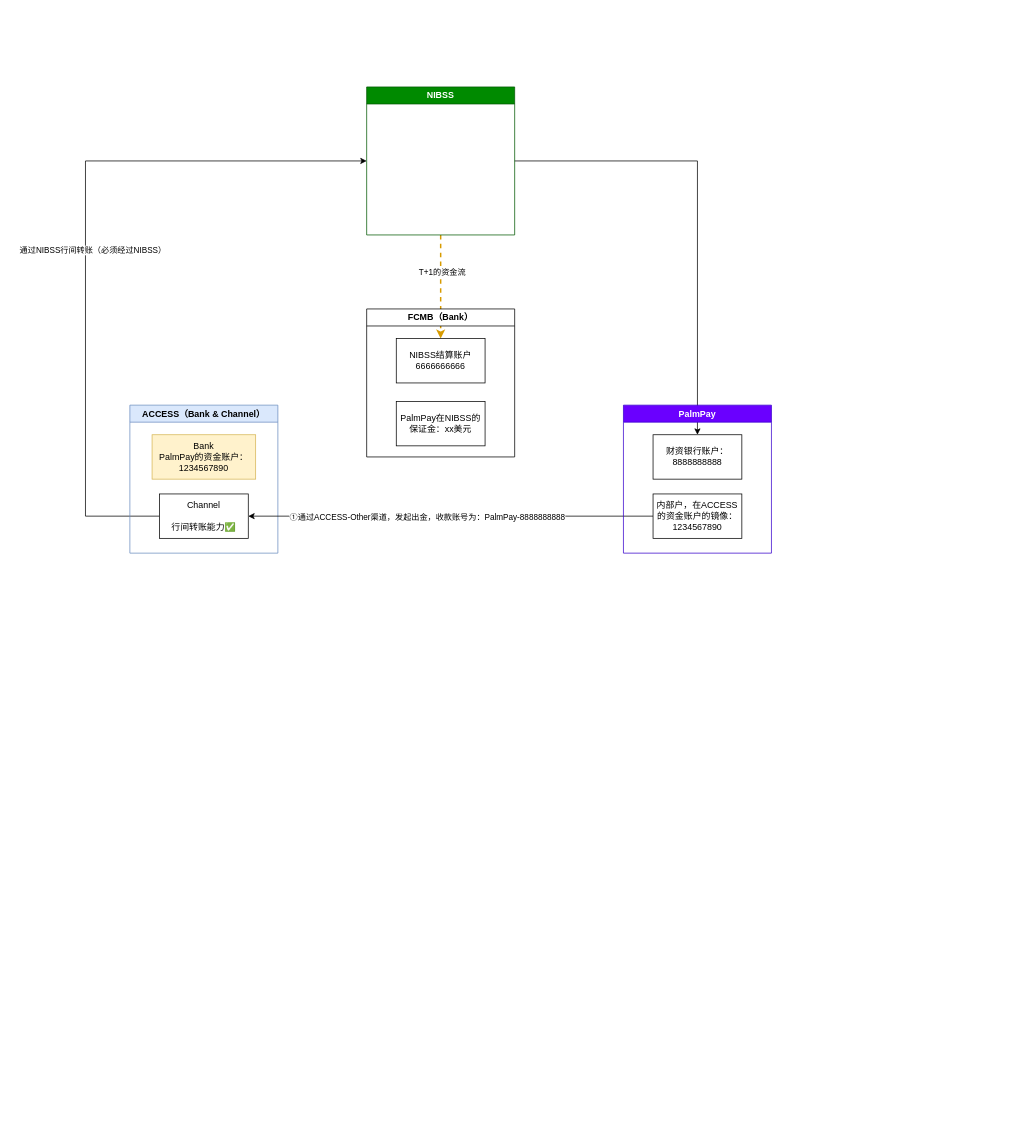
catface996/images keeps this draw.io diagram as 渠道流动性的资金调拨方案.drawio. Above is the earlier version. Source tidied: cells renumbered, new cells numbered last; positions are measured from the earlier drawing's top-left corner, leaving out a move shared by most shapes. Both pictures are drawn from the tidied source at 74%, with x=0, y=0 at pixel (85, 87).
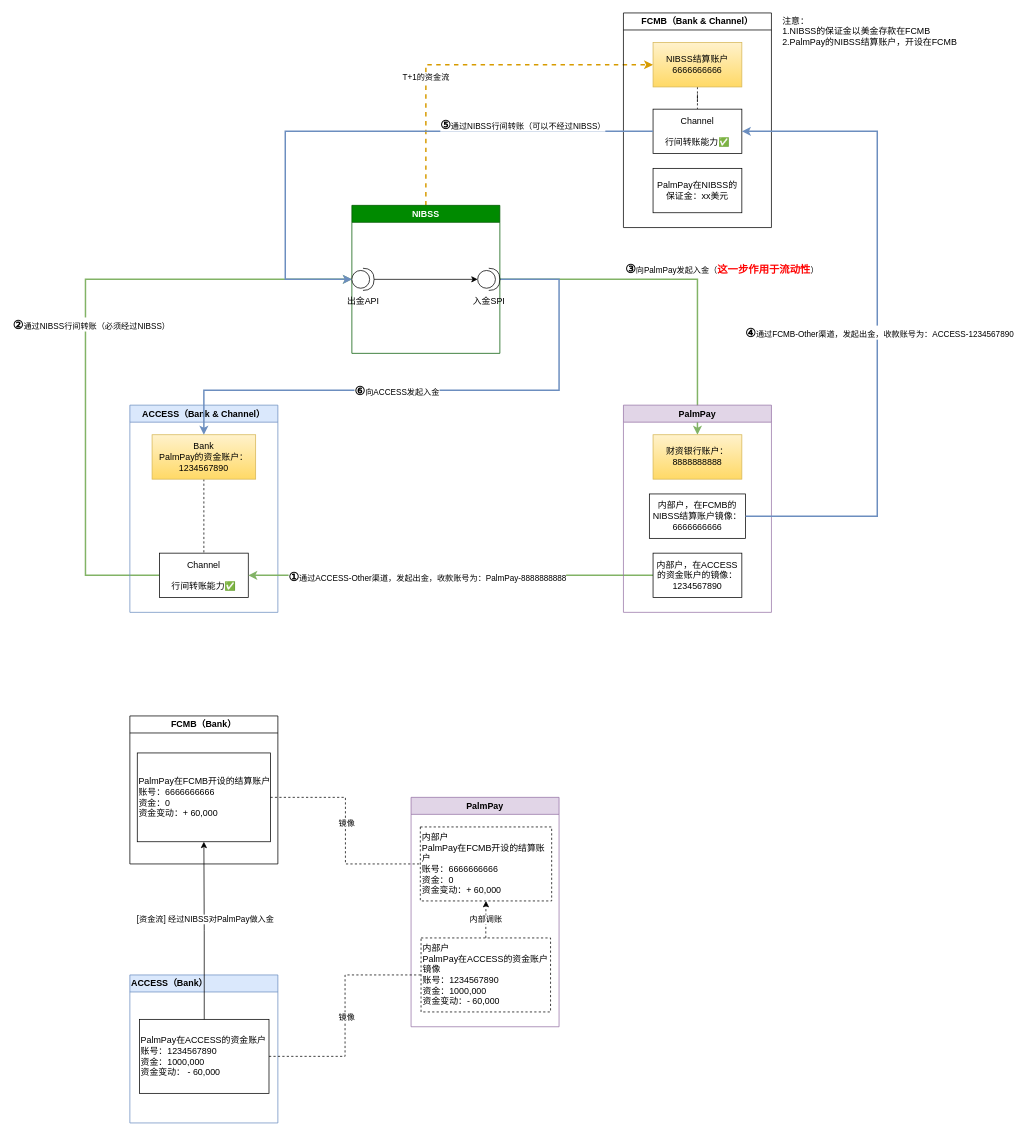
After the change.

Commit message (it also covers changes not shown here):
Update 渠道流动性的资金调拨方案.drawio

Diff of the diagram source:
```diff
@@
-    <mxCell id="2" style="edgeStyle=orthogonalEdgeStyle;rounded=0;jettySize=auto;html=1;entryX=0;entryY=0.5;entryDx=0;entryDy=0;exitX=0;exitY=0.5;exitDx=0;exitDy=0;" parent="1" edge="1" source="6" target="10">
+    <mxCell id="2" style="edgeStyle=orthogonalEdgeStyle;rounded=0;jettySize=auto;html=1;entryX=0;entryY=0.5;entryDx=0;entryDy=0;exitX=0;exitY=0.5;exitDx=0;exitDy=0;fillColor=#d5e8d4;gradientColor=#97d077;strokeColor=#82b366;strokeWidth=2;" parent="1" edge="1" source="6" target="10">
       <mxGeometry relative="1" as="geometry">
         <Array as="points">
-          <mxPoint y="580" />
-          <mxPoint y="100" />
+          <mxPoint y="660" />
+          <mxPoint y="260" />
         </Array>
       </mxGeometry>
     </mxCell>
-    <mxCell id="3" value="通过NIBSS行间转账（必须经过NIBSS）" style="edgeLabel;html=1;align=center;verticalAlign=middle;" parent="2" vertex="1">
+    <mxCell id="3" value="&lt;font style=&quot;font-size: 16px;&quot;&gt;&lt;b&gt;②&lt;/b&gt;&lt;/font&gt;通过NIBSS行间转账（必须经过NIBSS）" style="edgeLabel;html=1;align=center;verticalAlign=middle;" parent="2" vertex="1">
       <mxGeometry x="0.4" y="1" relative="1" as="geometry">
-        <mxPoint x="-83" y="121" as="offset" />
+        <mxPoint x="-95" y="61" as="offset" />
       </mxGeometry>
     </mxCell>
     <mxCell id="4" value="ACCESS（Bank &amp;amp; Channel）" style="swimlane;whiteSpace=wrap;html=1;fillColor=#dae8fc;strokeColor=#6c8ebf;" parent="1" vertex="1">
-      <mxGeometry x="60" y="430" width="200" height="200" as="geometry" />
+      <mxGeometry x="60" y="430" width="200" height="280" as="geometry" />
     </mxCell>
+    <mxCell id="19" style="edgeStyle=orthogonalEdgeStyle;rounded=0;jettySize=auto;html=1;entryX=0.5;entryY=0;entryDx=0;entryDy=0;dashed=1;endArrow=none;endFill=0;" parent="4" edge="1" source="5" target="6">
+      <mxGeometry relative="1" as="geometry" />
+    </mxCell>
-    <mxCell id="5" value="Bank&lt;div&gt;PalmPay的资金账户：&lt;/div&gt;&lt;div&gt;1234567890&lt;/div&gt;" style="rounded=0;whiteSpace=wrap;html=1;fillColor=#fff2cc;strokeColor=#d6b656;" parent="4" vertex="1">
+    <mxCell id="5" value="Bank&lt;div&gt;PalmPay的资金账户：&lt;/div&gt;&lt;div&gt;1234567890&lt;/div&gt;" style="rounded=0;whiteSpace=wrap;html=1;fillColor=#fff2cc;strokeColor=#d6b656;gradientColor=#ffd966;" parent="4" vertex="1">
       <mxGeometry x="30" y="40" width="140" height="60" as="geometry" />
     </mxCell>
     <mxCell id="6" value="Channel&lt;div&gt;&lt;br&gt;&lt;div&gt;行间转账能力✅&lt;/div&gt;&lt;/div&gt;" style="rounded=0;whiteSpace=wrap;html=1;" parent="4" vertex="1">
-      <mxGeometry x="40" y="120" width="120" height="60" as="geometry" />
+      <mxGeometry x="40" y="200" width="120" height="60" as="geometry" />
     </mxCell>
-    <mxCell id="7" style="edgeStyle=orthogonalEdgeStyle;rounded=0;jettySize=auto;html=1;entryX=0.5;entryY=0;entryDx=0;entryDy=0;" parent="1" edge="1" source="10" target="14">
+    <mxCell id="7" style="edgeStyle=orthogonalEdgeStyle;rounded=0;jettySize=auto;html=1;entryX=0.5;entryY=0;entryDx=0;entryDy=0;fillColor=#d5e8d4;gradientColor=#97d077;strokeColor=#82b366;strokeWidth=2;" parent="1" edge="1" source="10" target="14">
       <mxGeometry relative="1" as="geometry" />
     </mxCell>
+    <mxCell id="20" value="&lt;font style=&quot;font-size: 16px;&quot;&gt;&lt;b&gt;③&lt;/b&gt;&lt;/font&gt;向PalmPay发起入金（&lt;font size=&quot;1&quot; color=&quot;#ff0000&quot;&gt;&lt;b style=&quot;font-size: 14px;&quot;&gt;这一步作用于流动性&lt;/b&gt;&lt;/font&gt;）" style="edgeLabel;html=1;align=center;verticalAlign=middle;" parent="7" vertex="1">
+      <mxGeometry x="-0.34" y="1" relative="1" as="geometry">
+        <mxPoint x="142" y="-14" as="offset" />
+      </mxGeometry>
+    </mxCell>
-    <mxCell id="8" style="edgeStyle=orthogonalEdgeStyle;rounded=0;jettySize=auto;html=1;entryX=0.5;entryY=0;entryDx=0;entryDy=0;dashed=1;strokeWidth=2;fillColor=#ffcd28;gradientColor=#ffa500;strokeColor=#d79b00;" parent="1" edge="1" source="10" target="18">
-      <mxGeometry relative="1" as="geometry" />
+    <mxCell id="8" style="edgeStyle=orthogonalEdgeStyle;rounded=0;jettySize=auto;html=1;entryX=0;entryY=0.5;entryDx=0;entryDy=0;dashed=1;strokeWidth=2;fillColor=#ffcd28;gradientColor=#ffa500;strokeColor=#d79b00;exitX=0.5;exitY=0;exitDx=0;exitDy=0;" parent="1" edge="1" source="10" target="18">
+      <mxGeometry relative="1" as="geometry">
+        <Array as="points">
+          <mxPoint x="460" y="-30" />
+        </Array>
+      </mxGeometry>
     </mxCell>
@@
+    <mxCell id="21" style="edgeStyle=orthogonalEdgeStyle;rounded=0;jettySize=auto;html=1;entryX=0.5;entryY=0;entryDx=0;entryDy=0;exitX=1;exitY=0.5;exitDx=0;exitDy=0;fillColor=#dae8fc;gradientColor=#7ea6e0;strokeColor=#6c8ebf;strokeWidth=2;" parent="1" edge="1" source="10" target="5">
+      <mxGeometry relative="1" as="geometry">
+        <Array as="points">
+          <mxPoint x="640" y="260" />
+          <mxPoint x="640" y="410" />
+          <mxPoint x="160" y="410" />
+        </Array>
+      </mxGeometry>
+    </mxCell>
+    <mxCell id="22" value="&lt;b&gt;&lt;font style=&quot;font-size: 16px;&quot;&gt;⑥&lt;/font&gt;&lt;/b&gt;向ACCESS发起入金" style="edgeLabel;html=1;align=center;verticalAlign=middle;" parent="21" vertex="1">
+      <mxGeometry x="0.17" relative="1" as="geometry" />
+    </mxCell>
     <mxCell id="10" value="NIBSS" style="swimlane;whiteSpace=wrap;html=1;fillColor=#008a00;fontColor=#ffffff;strokeColor=#005700;" parent="1" vertex="1">
-      <mxGeometry x="380" width="200" height="200" as="geometry" />
+      <mxGeometry x="360" y="160" width="200" height="200" as="geometry" />
     </mxCell>
+    <mxCell id="23" value="出金API" style="shape=providedRequiredInterface;html=1;verticalLabelPosition=bottom;sketch=0;" parent="10" vertex="1">
+      <mxGeometry y="85" width="30" height="30" as="geometry" />
+    </mxCell>
+    <mxCell id="24" value="入金SPI" style="shape=providedRequiredInterface;html=1;verticalLabelPosition=bottom;sketch=0;" parent="10" vertex="1">
+      <mxGeometry x="170" y="85" width="30" height="30" as="geometry" />
+    </mxCell>
+    <mxCell id="25" style="edgeStyle=orthogonalEdgeStyle;rounded=0;jettySize=auto;html=1;entryX=0;entryY=0.5;entryDx=0;entryDy=0;entryPerimeter=0;" parent="10" edge="1" source="23" target="24">
+      <mxGeometry relative="1" as="geometry" />
+    </mxCell>
-    <mxCell id="11" style="edgeStyle=orthogonalEdgeStyle;rounded=0;jettySize=auto;html=1;entryX=1;entryY=0.5;entryDx=0;entryDy=0;exitX=0;exitY=0.5;exitDx=0;exitDy=0;" parent="1" edge="1" source="15" target="6">
+    <mxCell id="11" style="edgeStyle=orthogonalEdgeStyle;rounded=0;jettySize=auto;html=1;entryX=1;entryY=0.5;entryDx=0;entryDy=0;exitX=0;exitY=0.5;exitDx=0;exitDy=0;fillColor=#d5e8d4;gradientColor=#97d077;strokeColor=#82b366;strokeWidth=2;" parent="1" edge="1" source="15" target="6">
       <mxGeometry relative="1" as="geometry" />
     </mxCell>
-    <mxCell id="12" value="①通过ACCESS-Other渠道，发起出金，收款账号为：PalmPay-8888888888" style="edgeLabel;html=1;align=center;verticalAlign=middle;" parent="11" vertex="1">
+    <mxCell id="12" value="&lt;b&gt;&lt;font style=&quot;font-size: 16px;&quot;&gt;①&lt;/font&gt;&lt;/b&gt;通过ACCESS-Other渠道，发起出金，收款账号为：PalmPay-8888888888" style="edgeLabel;html=1;align=center;verticalAlign=middle;" parent="11" vertex="1">
       <mxGeometry x="0.12" y="1" relative="1" as="geometry" />
     </mxCell>
-    <mxCell id="13" value="PalmPay" style="swimlane;whiteSpace=wrap;html=1;fillColor=#6a00ff;strokeColor=#3700CC;fontColor=#ffffff;" parent="1" vertex="1">
-      <mxGeometry x="727" y="430" width="200" height="200" as="geometry" />
+    <mxCell id="13" value="PalmPay" style="swimlane;whiteSpace=wrap;html=1;fillColor=#e1d5e7;strokeColor=#9673a6;" parent="1" vertex="1">
+      <mxGeometry x="727" y="430" width="200" height="280" as="geometry" />
     </mxCell>
-    <mxCell id="14" value="财资银行账户：8888888888" style="rounded=0;whiteSpace=wrap;html=1;" parent="13" vertex="1">
+    <mxCell id="14" value="财资银行账户：8888888888" style="rounded=0;whiteSpace=wrap;html=1;fillColor=#fff2cc;gradientColor=#ffd966;strokeColor=#d6b656;" parent="13" vertex="1">
       <mxGeometry x="40" y="40" width="120" height="60" as="geometry" />
     </mxCell>
     <mxCell id="15" value="内部户，在ACCESS的资金账户的镜像：&lt;div&gt;1234567890&lt;/div&gt;" style="rounded=0;whiteSpace=wrap;html=1;" parent="13" vertex="1">
-      <mxGeometry x="40" y="120" width="120" height="60" as="geometry" />
+      <mxGeometry x="40" y="200" width="120" height="60" as="geometry" />
     </mxCell>
+    <mxCell id="26" value="内部户，在FCMB的NIBSS结算账户镜像：&lt;div&gt;6666666666&lt;/div&gt;" style="rounded=0;whiteSpace=wrap;html=1;" parent="13" vertex="1">
+      <mxGeometry x="35" y="120" width="130" height="60" as="geometry" />
+    </mxCell>
-    <mxCell id="16" value="FCMB（Bank）" style="swimlane;whiteSpace=wrap;html=1;" parent="1" vertex="1">
-      <mxGeometry x="380" y="300" width="200" height="200" as="geometry" />
+    <mxCell id="16" value="FCMB（Bank &amp;amp; Channel）" style="swimlane;whiteSpace=wrap;html=1;" parent="1" vertex="1">
+      <mxGeometry x="727" y="-100" width="200" height="290" as="geometry" />
     </mxCell>
     <mxCell id="17" value="&lt;div&gt;PalmPay在NIBSS的保证金：xx美元&lt;/div&gt;" style="rounded=0;whiteSpace=wrap;html=1;" parent="16" vertex="1">
-      <mxGeometry x="40" y="125" width="120" height="60" as="geometry" />
+      <mxGeometry x="40" y="210" width="120" height="60" as="geometry" />
     </mxCell>
+    <mxCell id="27" style="edgeStyle=orthogonalEdgeStyle;rounded=0;jettySize=auto;html=1;entryX=0.5;entryY=0;entryDx=0;entryDy=0;dashed=1;endArrow=none;endFill=0;" parent="16" edge="1" source="18" target="28">
+      <mxGeometry relative="1" as="geometry" />
+    </mxCell>
-    <mxCell id="18" value="NIBSS结算账户&lt;div&gt;6666666666&lt;/div&gt;" style="rounded=0;whiteSpace=wrap;html=1;" parent="16" vertex="1">
+    <mxCell id="18" value="NIBSS结算账户&lt;div&gt;6666666666&lt;/div&gt;" style="rounded=0;whiteSpace=wrap;html=1;fillColor=#fff2cc;gradientColor=#ffd966;strokeColor=#d6b656;" parent="16" vertex="1">
       <mxGeometry x="40" y="40" width="120" height="60" as="geometry" />
     </mxCell>
+    <mxCell id="28" value="Channel&lt;div&gt;&lt;br&gt;&lt;div&gt;行间转账能力✅&lt;/div&gt;&lt;/div&gt;" style="rounded=0;whiteSpace=wrap;html=1;" parent="16" vertex="1">
+      <mxGeometry x="40" y="130" width="120" height="60" as="geometry" />
+    </mxCell>
+    <mxCell id="29" style="edgeStyle=orthogonalEdgeStyle;rounded=0;jettySize=auto;html=1;entryX=1;entryY=0.5;entryDx=0;entryDy=0;exitX=1;exitY=0.5;exitDx=0;exitDy=0;strokeWidth=2;fillColor=#dae8fc;gradientColor=#7ea6e0;strokeColor=#6c8ebf;" parent="1" edge="1" source="26" target="28">
+      <mxGeometry relative="1" as="geometry">
+        <Array as="points">
+          <mxPoint x="1070" y="580" />
+          <mxPoint x="1070" y="60" />
+        </Array>
+      </mxGeometry>
+    </mxCell>
+    <mxCell id="30" value="&lt;b&gt;&lt;font style=&quot;font-size: 16px;&quot;&gt;④&lt;/font&gt;&lt;/b&gt;通过FCMB-Other渠道，发起出金，收款账号为：ACCESS-1234567890" style="edgeLabel;html=1;align=center;verticalAlign=middle;" parent="29" vertex="1">
+      <mxGeometry x="-0.03" y="-2" relative="1" as="geometry" />
+    </mxCell>
+    <mxCell id="31" style="edgeStyle=orthogonalEdgeStyle;rounded=0;jettySize=auto;html=1;entryX=0;entryY=0.5;entryDx=0;entryDy=0;fillColor=#dae8fc;gradientColor=#7ea6e0;strokeColor=#6c8ebf;strokeWidth=2;exitX=0;exitY=0.5;exitDx=0;exitDy=0;" parent="1" edge="1" source="28" target="10">
+      <mxGeometry relative="1" as="geometry">
+        <Array as="points">
+          <mxPoint x="270" y="60" />
+          <mxPoint x="270" y="260" />
+        </Array>
+      </mxGeometry>
+    </mxCell>
+    <mxCell id="32" value="&lt;b&gt;&lt;font style=&quot;font-size: 16px;&quot;&gt;⑤&lt;/font&gt;&lt;/b&gt;通过NIBSS行间转账（可以不经过NIBSS）" style="edgeLabel;html=1;align=center;verticalAlign=middle;" parent="31" vertex="1">
+      <mxGeometry x="-0.63" y="-1" relative="1" as="geometry">
+        <mxPoint x="-31" y="-9" as="offset" />
+      </mxGeometry>
+    </mxCell>
+    <mxCell id="33" value="注意：&lt;div&gt;1.NIBSS的保证金以美金存款在FCMB&lt;/div&gt;&lt;div&gt;2.PalmPay的NIBSS结算账户，开设在FCMB&lt;/div&gt;" style="text;html=1;align=left;verticalAlign=middle;whiteSpace=wrap;rounded=0;" parent="1" vertex="1">
+      <mxGeometry x="940" y="-100" width="260" height="50" as="geometry" />
+    </mxCell>
+    <mxCell id="34" value="ACCESS（Bank）" style="swimlane;whiteSpace=wrap;html=1;align=left;fillColor=#dae8fc;strokeColor=#6c8ebf;" parent="1" vertex="1">
+      <mxGeometry x="60" y="1200" width="200" height="200" as="geometry" />
+    </mxCell>
+    <mxCell id="35" value="PalmPay在ACCESS的资金账户&lt;div&gt;账号：1234567890&lt;/div&gt;&lt;div&gt;资金：1000,000&lt;/div&gt;&lt;div&gt;资金变动： - 60,000&lt;/div&gt;" style="rounded=0;whiteSpace=wrap;html=1;align=left;" parent="34" vertex="1">
+      <mxGeometry x="13" y="60" width="175" height="100" as="geometry" />
+    </mxCell>
+    <mxCell id="36" value="FCMB（Bank）" style="swimlane;whiteSpace=wrap;html=1;" parent="1" vertex="1">
+      <mxGeometry x="60" y="850" width="200" height="200" as="geometry" />
+    </mxCell>
+    <mxCell id="37" value="PalmPay在FCMB开设的结算账户&lt;div&gt;账号：6666666666&lt;/div&gt;&lt;div&gt;资金：0&lt;/div&gt;&lt;div&gt;资金变动：+ 60,000&lt;/div&gt;" style="rounded=0;whiteSpace=wrap;html=1;align=left;" parent="36" vertex="1">
+      <mxGeometry x="10" y="50" width="180" height="120" as="geometry" />
+    </mxCell>
+    <mxCell id="38" value="PalmPay" style="swimlane;whiteSpace=wrap;html=1;fillColor=#e1d5e7;strokeColor=#9673a6;" parent="1" vertex="1">
+      <mxGeometry x="440" y="960" width="200" height="310" as="geometry" />
+    </mxCell>
+    <mxCell id="39" value="内部户&lt;div&gt;PalmPay在FCMB开设的结算账户&lt;div&gt;账号：6666666666&lt;/div&gt;&lt;div&gt;资金：0&lt;/div&gt;&lt;/div&gt;&lt;div&gt;资金变动：+ 60,000&lt;/div&gt;" style="rounded=0;whiteSpace=wrap;html=1;align=left;dashed=1;" parent="38" vertex="1">
+      <mxGeometry x="12.5" y="40" width="177.5" height="100" as="geometry" />
+    </mxCell>
+    <mxCell id="40" value="内部调账" style="edgeStyle=orthogonalEdgeStyle;rounded=0;jettySize=auto;html=1;entryX=0.5;entryY=1;entryDx=0;entryDy=0;dashed=1;" parent="38" edge="1" source="41" target="39">
+      <mxGeometry relative="1" as="geometry" />
+    </mxCell>
+    <mxCell id="41" value="内部户&lt;div&gt;PalmPay在ACCESS的资金账户镜像&lt;div&gt;账号：1234567890&lt;/div&gt;&lt;div&gt;资金：1000,000&lt;/div&gt;&lt;/div&gt;&lt;div&gt;资金变动：- 60,000&lt;/div&gt;" style="rounded=0;whiteSpace=wrap;html=1;align=left;dashed=1;" parent="38" vertex="1">
+      <mxGeometry x="13.5" y="190" width="175" height="100" as="geometry" />
+    </mxCell>
+    <mxCell id="42" style="edgeStyle=orthogonalEdgeStyle;rounded=0;jettySize=auto;html=1;entryX=0;entryY=0.5;entryDx=0;entryDy=0;endArrow=none;endFill=0;dashed=1;" parent="1" edge="1" source="35" target="41">
+      <mxGeometry relative="1" as="geometry" />
+    </mxCell>
+    <mxCell id="43" value="镜像" style="edgeLabel;html=1;align=center;verticalAlign=middle;" parent="42" vertex="1">
+      <mxGeometry x="-0.01" y="-2" relative="1" as="geometry" />
+    </mxCell>
+    <mxCell id="44" style="edgeStyle=orthogonalEdgeStyle;rounded=0;jettySize=auto;html=1;entryX=0;entryY=0.5;entryDx=0;entryDy=0;endArrow=none;endFill=0;dashed=1;" parent="1" edge="1" source="37" target="39">
+      <mxGeometry relative="1" as="geometry" />
+    </mxCell>
+    <mxCell id="45" value="镜像" style="edgeLabel;html=1;align=center;verticalAlign=middle;" parent="44" vertex="1">
+      <mxGeometry x="-0.07" y="1" relative="1" as="geometry" />
+    </mxCell>
+    <mxCell id="46" style="edgeStyle=orthogonalEdgeStyle;rounded=0;jettySize=auto;html=1;entryX=0.5;entryY=1;entryDx=0;entryDy=0;" parent="1" edge="1" source="35" target="37">
+      <mxGeometry relative="1" as="geometry" />
+    </mxCell>
+    <mxCell id="47" value="[资金流] 经过NIBSS对PalmPay做入金" style="edgeLabel;html=1;align=center;verticalAlign=middle;" parent="46" vertex="1">
+      <mxGeometry x="0.14" y="-1" relative="1" as="geometry">
+        <mxPoint y="1" as="offset" />
+      </mxGeometry>
+    </mxCell>
```
